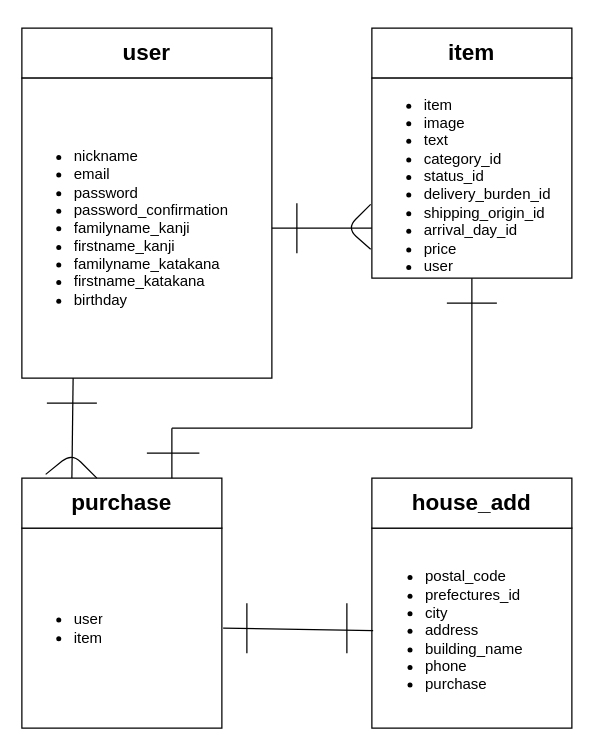
Before: furima.drawio in teruan777/furima_28422, a draw.io diagram. Source tidied: cells renumbered, new cells numbered last; positions are measured from the earlier drawing's top-left corner, leaving out a move shared by most shapes. Both pictures are drawn from the tidied source at 125%, with x=0, y=0 at pixel (21, 28).
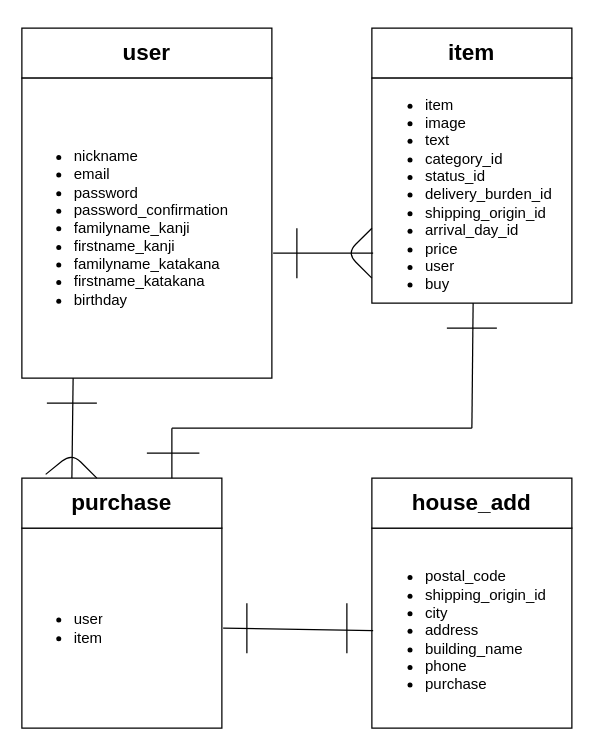
The same diagram, later.

Commit message (it also covers changes not shown here):
同じデータを取り扱うためカラム名変更

・READMYのprefectures_id をshipping_origin_idに変更
・それに伴いER図も変更

The change refers to these unchanged cells:
```xml
<mxCell id="10" value="&lt;ul&gt;&lt;li&gt;nickname&lt;/li&gt;&lt;li&gt;email&lt;/li&gt;&lt;li&gt;password&lt;/li&gt;&lt;li&gt;password_confirmation&lt;/li&gt;&lt;li&gt;familyname_kanji&lt;/li&gt;&lt;li&gt;firstname_kanji&lt;/li&gt;&lt;li&gt;familyname_katakana&lt;/li&gt;&lt;li&gt;firstname_katakana&lt;/li&gt;&lt;li&gt;birthday&lt;/li&gt;&lt;/ul&gt;" style="text;strokeColor=none;fillColor=none;html=1;whiteSpace=wrap;verticalAlign=middle;overflow=hidden;" parent="1" vertex="1">
  <mxGeometry y="40" width="200" height="240" as="geometry" />
</mxCell>
```

Change to the diagram source:
```diff
@@
     <mxCell id="9" style="rounded=0;whiteSpace=wrap;html=1;" parent="1" vertex="1">
-      <mxGeometry x="280" y="40" width="160" height="160" as="geometry" />
+      <mxGeometry x="280" y="40" width="160" height="180" as="geometry" />
     </mxCell>
@@
-    <mxCell id="11" value="&lt;ul&gt;&lt;li&gt;item&lt;/li&gt;&lt;li&gt;image&lt;/li&gt;&lt;li&gt;text&lt;/li&gt;&lt;li&gt;category_id&lt;/li&gt;&lt;li&gt;status_id&lt;/li&gt;&lt;li&gt;delivery_burden_id&lt;/li&gt;&lt;li&gt;shipping_origin_id&lt;/li&gt;&lt;li&gt;arrival_day_id&lt;/li&gt;&lt;li&gt;price&lt;/li&gt;&lt;li&gt;user&lt;/li&gt;&lt;/ul&gt;" style="text;strokeColor=none;fillColor=none;html=1;whiteSpace=wrap;verticalAlign=middle;overflow=hidden;" parent="1" vertex="1">
-      <mxGeometry x="280" y="40" width="160" height="160" as="geometry" />
+    <mxCell id="11" value="&lt;ul&gt;&lt;li&gt;item&lt;/li&gt;&lt;li&gt;image&lt;/li&gt;&lt;li&gt;text&lt;/li&gt;&lt;li&gt;category_id&lt;/li&gt;&lt;li&gt;status_id&lt;/li&gt;&lt;li&gt;delivery_burden_id&lt;/li&gt;&lt;li&gt;shipping_origin_id&lt;/li&gt;&lt;li&gt;arrival_day_id&lt;/li&gt;&lt;li&gt;price&lt;/li&gt;&lt;li&gt;user&lt;/li&gt;&lt;li&gt;buy&lt;/li&gt;&lt;/ul&gt;" style="text;strokeColor=none;fillColor=none;html=1;whiteSpace=wrap;verticalAlign=middle;overflow=hidden;" parent="1" vertex="1">
+      <mxGeometry x="281" y="40" width="160" height="180" as="geometry" />
     </mxCell>
-    <mxCell id="12" style="endArrow=none;html=1;exitX=1;exitY=0.5;exitDx=0;exitDy=0;entryX=0;entryY=0.75;entryDx=0;entryDy=0;" parent="1" edge="1" source="10" target="11">
-      <mxGeometry relative="1" as="geometry" />
+    <mxCell id="12" style="endArrow=none;html=1;" parent="1" edge="1">
+      <mxGeometry relative="1" as="geometry">
+        <mxPoint x="201" y="180" as="sourcePoint" />
+        <mxPoint x="281" y="180" as="targetPoint" />
+      </mxGeometry>
     </mxCell>
@@
-    <mxCell id="14" style="endArrow=none;html=1;entryX=-0.006;entryY=0.631;entryDx=0;entryDy=0;entryPerimeter=0;exitX=-0.006;exitY=0.856;exitDx=0;exitDy=0;exitPerimeter=0;" parent="1" edge="1" source="11" target="11">
+    <mxCell id="14" style="endArrow=none;html=1;entryX=-0.006;entryY=0.667;entryDx=0;entryDy=0;entryPerimeter=0;exitX=0;exitY=0.889;exitDx=0;exitDy=0;exitPerimeter=0;" parent="1" edge="1" source="9" target="11">
       <mxGeometry relative="1" as="geometry">
         <Array as="points">
-          <mxPoint x="260" y="160" />
+          <mxPoint x="260" y="180" />
         </Array>
       </mxGeometry>
     </mxCell>
     <mxCell id="15" style="endArrow=none;html=1;" parent="1" edge="1">
       <mxGeometry relative="1" as="geometry">
-        <mxPoint x="220" y="180" as="sourcePoint" />
-        <mxPoint x="220" y="140" as="targetPoint" />
+        <mxPoint x="220" y="200" as="sourcePoint" />
+        <mxPoint x="220" y="160" as="targetPoint" />
       </mxGeometry>
     </mxCell>
@@
-    <mxCell id="19" value="&lt;ul&gt;&lt;li&gt;postal_code&lt;/li&gt;&lt;li&gt;prefectures_id&lt;/li&gt;&lt;li&gt;city&lt;/li&gt;&lt;li&gt;address&lt;/li&gt;&lt;li&gt;building_name&lt;/li&gt;&lt;li&gt;phone&lt;/li&gt;&lt;li&gt;purchase&lt;/li&gt;&lt;/ul&gt;" style="text;strokeColor=none;fillColor=none;html=1;whiteSpace=wrap;verticalAlign=middle;overflow=hidden;" parent="1" vertex="1">
+    <mxCell id="19" value="&lt;ul&gt;&lt;li&gt;postal_code&lt;/li&gt;&lt;li&gt;shipping_origin_id&lt;/li&gt;&lt;li&gt;city&lt;/li&gt;&lt;li&gt;address&lt;/li&gt;&lt;li&gt;building_name&lt;/li&gt;&lt;li&gt;phone&lt;/li&gt;&lt;li&gt;purchase&lt;/li&gt;&lt;/ul&gt;" style="text;strokeColor=none;fillColor=none;html=1;whiteSpace=wrap;verticalAlign=middle;overflow=hidden;" parent="1" vertex="1">
       <mxGeometry x="281" y="402" width="160" height="160" as="geometry" />
     </mxCell>
@@
     <mxCell id="26" style="endArrow=none;html=1;" parent="1" edge="1">
       <mxGeometry relative="1" as="geometry">
-        <mxPoint x="340" y="220" as="sourcePoint" />
-        <mxPoint x="380" y="220" as="targetPoint" />
+        <mxPoint x="340" y="240" as="sourcePoint" />
+        <mxPoint x="380" y="240" as="targetPoint" />
+        <Array as="points">
+          <mxPoint x="360" y="240" />
+        </Array>
       </mxGeometry>
     </mxCell>
```
